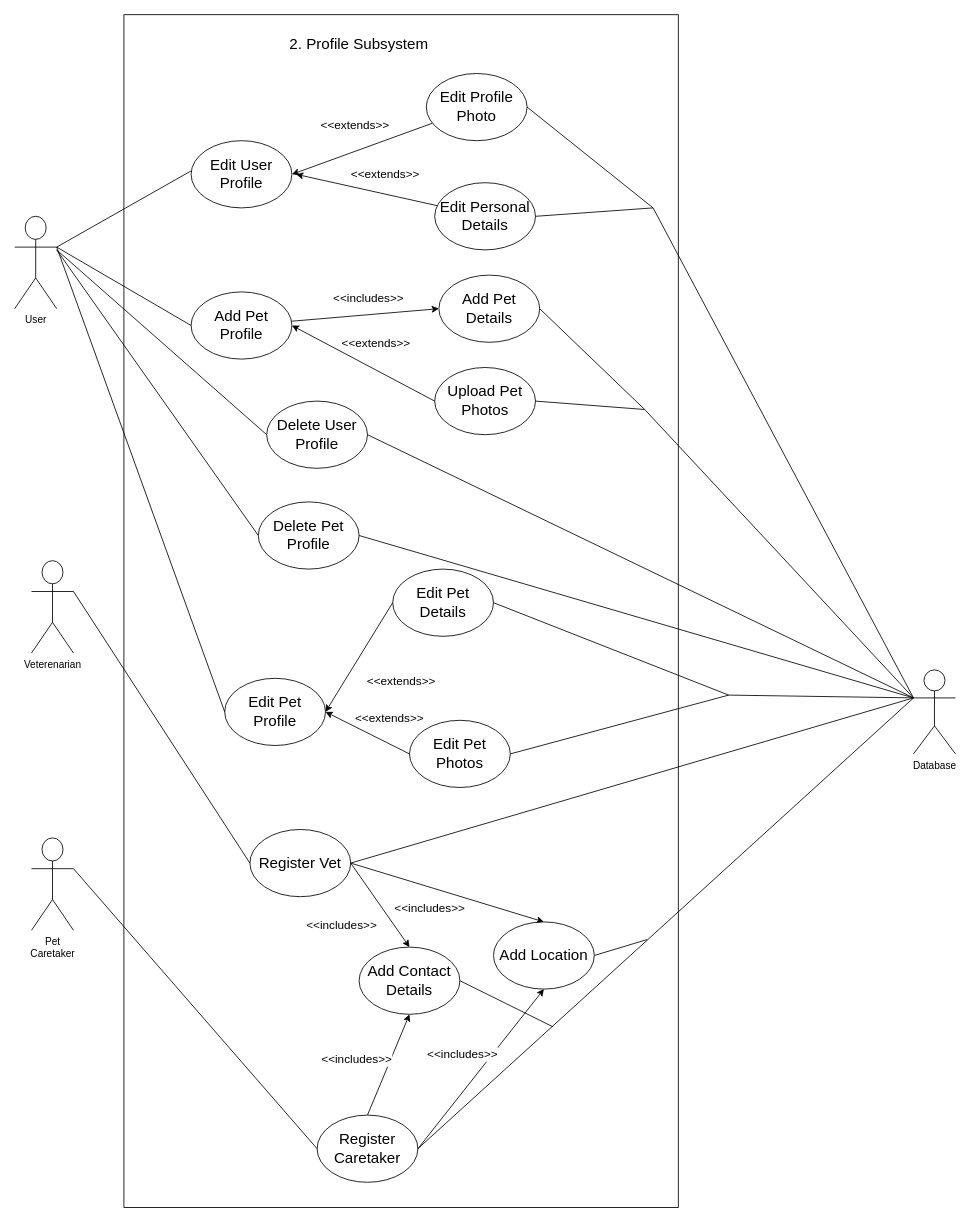
The draw.io diagram docs/use-case-diagrams/Profile.drawio in COS301-SE-2024/TailWaggr, before the edit. Source tidied: cells renumbered, new cells numbered last; positions are measured from the earlier drawing's top-left corner, leaving out a move shared by most shapes. Both pictures are drawn from the tidied source at 84%, with x=0, y=0 at pixel (14, 14).
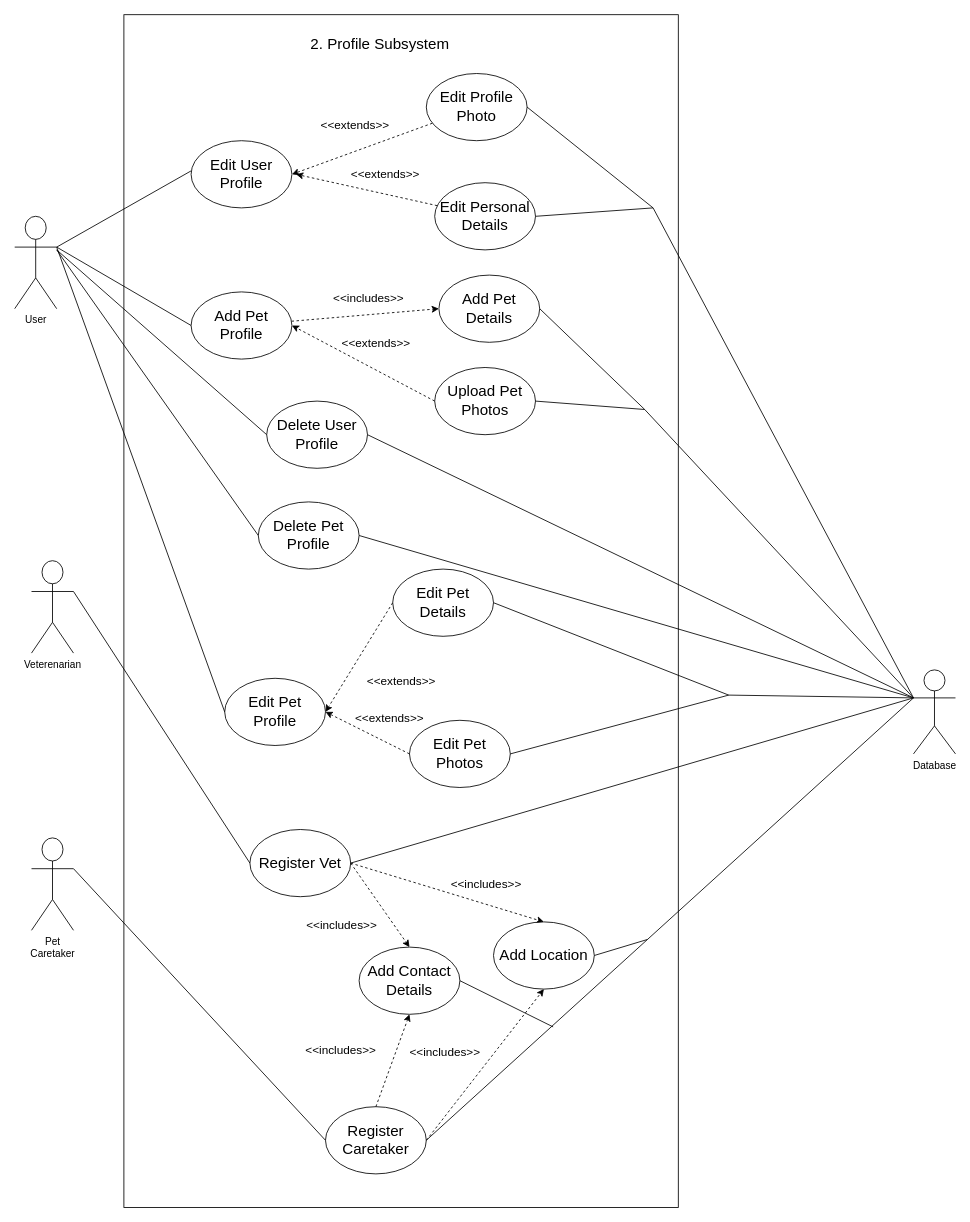
Above is the later version.

The change refers to these unchanged cells:
```xml
<mxCell id="7" value="Edit User Profile" style="ellipse;whiteSpace=wrap;html=1;fontSize=18;" parent="1" vertex="1">
  <mxGeometry x="210" y="150" width="120" height="80" as="geometry" />
</mxCell>
<mxCell id="8" value="Edit Pet Profile" style="ellipse;whiteSpace=wrap;html=1;fontSize=18;" parent="1" vertex="1">
  <mxGeometry x="250" y="790" width="120" height="80" as="geometry" />
</mxCell>
<mxCell id="11" value="Add Pet Profile" style="ellipse;whiteSpace=wrap;html=1;fontSize=18;" parent="1" vertex="1">
  <mxGeometry x="210" y="330" width="120" height="80" as="geometry" />
</mxCell>
<mxCell id="20" value="Register Vet" style="ellipse;whiteSpace=wrap;html=1;fontSize=18;" parent="1" vertex="1">
  <mxGeometry x="280" y="970" width="120" height="80" as="geometry" />
</mxCell>
<mxCell id="32" value="Edit Profile Photo" style="ellipse;whiteSpace=wrap;html=1;fontSize=18;" parent="1" vertex="1">
  <mxGeometry x="490" y="70" width="120" height="80" as="geometry" />
</mxCell>
<mxCell id="35" value="Edit Personal&lt;br&gt;Details" style="ellipse;whiteSpace=wrap;html=1;fontSize=18;" parent="1" vertex="1">
  <mxGeometry x="500" y="200" width="120" height="80" as="geometry" />
</mxCell>
<mxCell id="36" value="Add Pet Details" style="ellipse;whiteSpace=wrap;html=1;fontSize=18;" parent="1" vertex="1">
  <mxGeometry x="505" y="310" width="120" height="80" as="geometry" />
</mxCell>
<mxCell id="40" value="Upload Pet Photos" style="ellipse;whiteSpace=wrap;html=1;fontSize=18;" parent="1" vertex="1">
  <mxGeometry x="500" y="420" width="120" height="80" as="geometry" />
</mxCell>
<mxCell id="45" value="Edit Pet Details" style="ellipse;whiteSpace=wrap;html=1;fontSize=18;" parent="1" vertex="1">
  <mxGeometry x="450" y="660" width="120" height="80" as="geometry" />
</mxCell>
<mxCell id="46" value="Edit Pet Photos" style="ellipse;whiteSpace=wrap;html=1;fontSize=18;" parent="1" vertex="1">
  <mxGeometry x="470" y="840" width="120" height="80" as="geometry" />
</mxCell>
<mxCell id="55" value="Add Contact Details" style="ellipse;whiteSpace=wrap;html=1;fontSize=18;" parent="1" vertex="1">
  <mxGeometry x="410" y="1110" width="120" height="80" as="geometry" />
</mxCell>
<mxCell id="60" value="Add Location" style="ellipse;whiteSpace=wrap;html=1;fontSize=18;" parent="1" vertex="1">
  <mxGeometry x="570" y="1080" width="120" height="80" as="geometry" />
</mxCell>
```

Diff of the diagram source:
```diff
@@
     <mxCell id="6" value="2. Profile Subsystem" style="text;html=1;strokeColor=none;fillColor=none;align=center;verticalAlign=middle;whiteSpace=wrap;rounded=0;fontSize=18;" parent="1" vertex="1">
-      <mxGeometry x="315" y="20" width="190" height="30" as="geometry" />
+      <mxGeometry x="340" y="20" width="190" height="30" as="geometry" />
     </mxCell>
@@
-    <mxCell id="9" style="edgeStyle=none;html=1;entryX=0;entryY=0.5;entryDx=0;entryDy=0;fontSize=14;" parent="1" edge="1" source="11" target="36">
+    <mxCell id="9" style="edgeStyle=none;html=1;entryX=0;entryY=0.5;entryDx=0;entryDy=0;fontSize=14;dashed=1;" parent="1" edge="1" source="11" target="36">
       <mxGeometry relative="1" as="geometry" />
     </mxCell>
@@
     <mxCell id="23" value="Register Caretaker" style="ellipse;whiteSpace=wrap;html=1;fontSize=18;" parent="1" vertex="1">
-      <mxGeometry x="360" y="1310" width="120" height="80" as="geometry" />
+      <mxGeometry x="370" y="1300" width="120" height="80" as="geometry" />
     </mxCell>
@@
-    <mxCell id="30" style="edgeStyle=none;html=1;entryX=1;entryY=0.5;entryDx=0;entryDy=0;" parent="1" edge="1" source="32" target="7">
+    <mxCell id="30" style="edgeStyle=none;html=1;entryX=1;entryY=0.5;entryDx=0;entryDy=0;dashed=1;" parent="1" edge="1" source="32" target="7">
       <mxGeometry relative="1" as="geometry" />
     </mxCell>
@@
-    <mxCell id="33" style="edgeStyle=none;html=1;" parent="1" edge="1" source="35">
+    <mxCell id="33" style="edgeStyle=none;html=1;dashed=1;" parent="1" edge="1" source="35">
       <mxGeometry relative="1" as="geometry">
         <mxPoint x="335" y="190" as="targetPoint" />
       </mxGeometry>
     </mxCell>
@@
-    <mxCell id="41" style="edgeStyle=none;html=1;entryX=1;entryY=0.5;entryDx=0;entryDy=0;fontSize=14;exitX=0;exitY=0.5;exitDx=0;exitDy=0;" parent="1" edge="1" source="40" target="11">
+    <mxCell id="41" style="edgeStyle=none;html=1;entryX=1;entryY=0.5;entryDx=0;entryDy=0;fontSize=14;exitX=0;exitY=0.5;exitDx=0;exitDy=0;dashed=1;" parent="1" edge="1" source="40" target="11">
       <mxGeometry relative="1" as="geometry" />
     </mxCell>
@@
-    <mxCell id="47" style="edgeStyle=none;html=1;entryX=1;entryY=0.5;entryDx=0;entryDy=0;fontSize=14;exitX=0;exitY=0.5;exitDx=0;exitDy=0;" parent="1" edge="1" source="46" target="8">
+    <mxCell id="47" style="edgeStyle=none;html=1;entryX=1;entryY=0.5;entryDx=0;entryDy=0;fontSize=14;exitX=0;exitY=0.5;exitDx=0;exitDy=0;dashed=1;" parent="1" edge="1" source="46" target="8">
       <mxGeometry relative="1" as="geometry" />
     </mxCell>
@@
-    <mxCell id="49" style="edgeStyle=none;html=1;entryX=1;entryY=0.5;entryDx=0;entryDy=0;fontSize=14;exitX=0;exitY=0.5;exitDx=0;exitDy=0;" parent="1" edge="1" source="45" target="8">
+    <mxCell id="49" style="edgeStyle=none;html=1;entryX=1;entryY=0.5;entryDx=0;entryDy=0;fontSize=14;exitX=0;exitY=0.5;exitDx=0;exitDy=0;dashed=1;" parent="1" edge="1" source="45" target="8">
       <mxGeometry relative="1" as="geometry" />
     </mxCell>
@@
-    <mxCell id="53" style="edgeStyle=none;html=1;entryX=0.5;entryY=0;entryDx=0;entryDy=0;fontSize=14;exitX=1;exitY=0.5;exitDx=0;exitDy=0;" parent="1" edge="1" source="20" target="55">
+    <mxCell id="53" style="edgeStyle=none;html=1;entryX=0.5;entryY=0;entryDx=0;entryDy=0;fontSize=14;exitX=1;exitY=0.5;exitDx=0;exitDy=0;dashed=1;" parent="1" edge="1" source="20" target="55">
       <mxGeometry relative="1" as="geometry" />
     </mxCell>
@@
-    <mxCell id="56" style="edgeStyle=none;html=1;fontSize=14;exitX=0.5;exitY=0;exitDx=0;exitDy=0;entryX=0.5;entryY=1;entryDx=0;entryDy=0;" parent="1" edge="1" source="23" target="55">
+    <mxCell id="56" style="edgeStyle=none;html=1;fontSize=14;exitX=0.5;exitY=0;exitDx=0;exitDy=0;entryX=0.5;entryY=1;entryDx=0;entryDy=0;dashed=1;" parent="1" edge="1" source="23" target="55">
       <mxGeometry relative="1" as="geometry" />
     </mxCell>
     <mxCell id="57" value="&amp;lt;&amp;lt;includes&amp;gt;&amp;gt;" style="edgeLabel;html=1;align=center;verticalAlign=middle;fontSize=14;" parent="56" vertex="1">
       <mxGeometry x="0.31" relative="1" as="geometry">
-        <mxPoint x="-46" y="12" as="offset" />
+        <mxPoint x="-69" y="5" as="offset" />
       </mxGeometry>
     </mxCell>
-    <mxCell id="58" style="edgeStyle=none;html=1;entryX=0.5;entryY=0;entryDx=0;entryDy=0;fontSize=14;exitX=1;exitY=0.5;exitDx=0;exitDy=0;" parent="1" edge="1" source="20" target="60">
+    <mxCell id="58" style="edgeStyle=none;html=1;entryX=0.5;entryY=0;entryDx=0;entryDy=0;fontSize=14;exitX=1;exitY=0.5;exitDx=0;exitDy=0;dashed=1;" parent="1" edge="1" source="20" target="60">
       <mxGeometry relative="1" as="geometry" />
     </mxCell>
     <mxCell id="59" value="&amp;lt;&amp;lt;includes&amp;gt;&amp;gt;" style="edgeLabel;html=1;align=center;verticalAlign=middle;fontSize=14;" parent="58" vertex="1">
       <mxGeometry x="0.31" relative="1" as="geometry">
-        <mxPoint x="-57" y="8" as="offset" />
+        <mxPoint x="10" y="-21" as="offset" />
       </mxGeometry>
     </mxCell>
@@
-    <mxCell id="61" style="edgeStyle=none;html=1;fontSize=14;entryX=0.5;entryY=1;entryDx=0;entryDy=0;exitX=1;exitY=0.5;exitDx=0;exitDy=0;" parent="1" edge="1" source="23" target="60">
+    <mxCell id="61" style="edgeStyle=none;html=1;fontSize=14;entryX=0.5;entryY=1;entryDx=0;entryDy=0;exitX=1;exitY=0.5;exitDx=0;exitDy=0;dashed=1;" parent="1" edge="1" source="23" target="60">
       <mxGeometry relative="1" as="geometry" />
     </mxCell>
     <mxCell id="62" value="&amp;lt;&amp;lt;includes&amp;gt;&amp;gt;" style="edgeLabel;html=1;align=center;verticalAlign=middle;fontSize=14;" parent="61" vertex="1">
       <mxGeometry x="0.31" relative="1" as="geometry">
-        <mxPoint x="-46" y="12" as="offset" />
+        <mxPoint x="-70" y="12" as="offset" />
       </mxGeometry>
     </mxCell>
```
